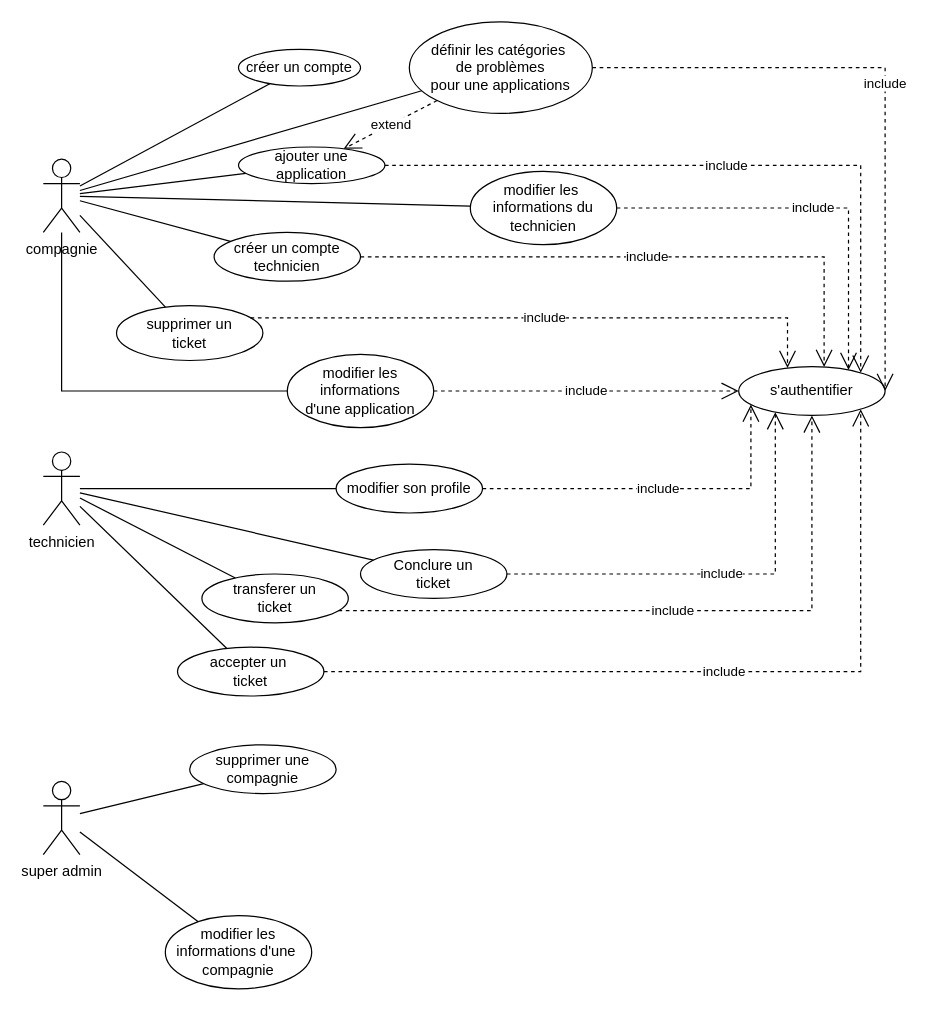
Above: moriphast.drawio in Lucio314/soutenance (draw.io), before the change. Source tidied: cells renumbered, new cells numbered last; positions are measured from the earlier drawing's top-left corner, leaving out a move shared by most shapes. Both pictures are drawn from the tidied source at 122%, with x=0, y=0 at pixel (43, 22).
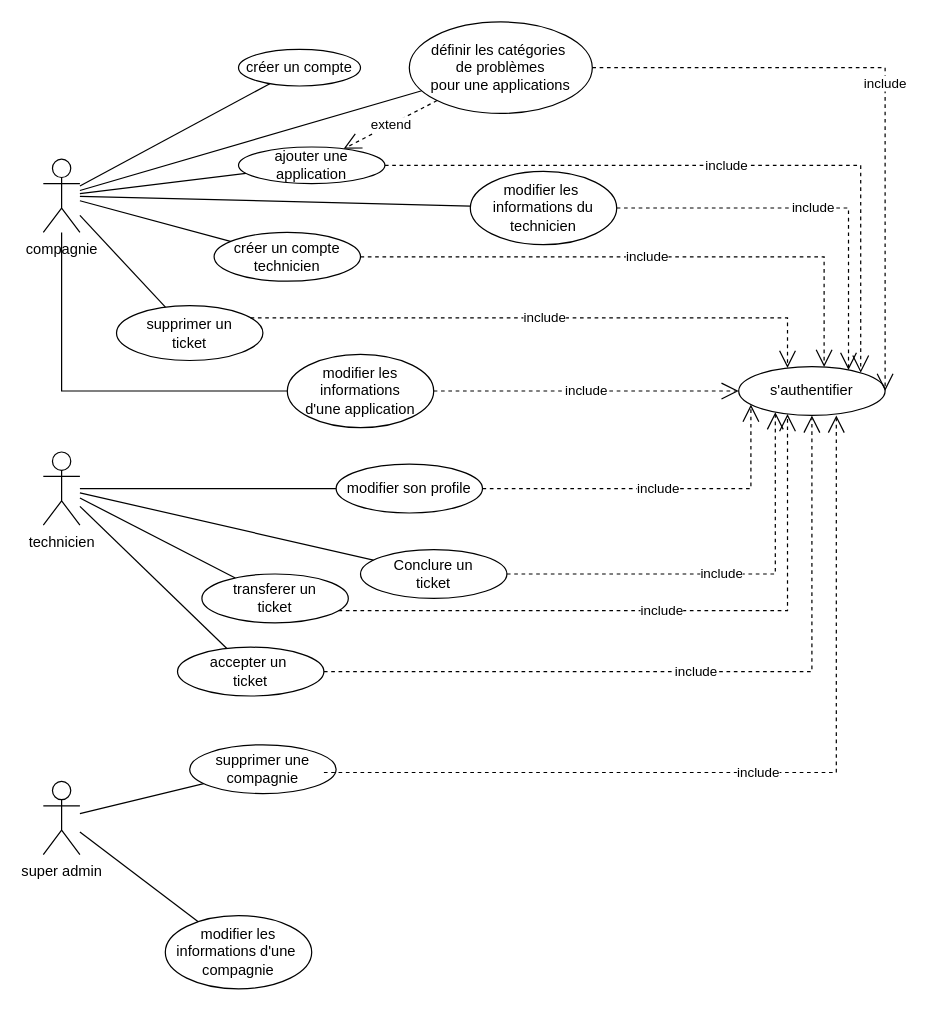
The same diagram, later.

The change refers to these unchanged cells:
```xml
<mxCell id="17" value="s'authentifier" style="ellipse;whiteSpace=wrap;html=1;" parent="1" vertex="1">
  <mxGeometry x="570" y="282" width="120" height="40" as="geometry" />
</mxCell>
<mxCell id="19" value="accepter un&amp;nbsp;&lt;div&gt;ticket&lt;/div&gt;" style="ellipse;whiteSpace=wrap;html=1;" parent="1" vertex="1">
  <mxGeometry x="110" y="512" width="120" height="40" as="geometry" />
</mxCell>
<mxCell id="23" value="transferer un&lt;div&gt;ticket&lt;/div&gt;" style="ellipse;whiteSpace=wrap;html=1;" parent="1" vertex="1">
  <mxGeometry x="130" y="452" width="120" height="40" as="geometry" />
</mxCell>
```

Change to the diagram source:
```diff
@@
     <mxCell id="32" value="include" style="endArrow=open;endSize=12;dashed=1;html=1;rounded=0;edgeStyle=orthogonalEdgeStyle;" parent="1" edge="1" source="19" target="17">
       <mxGeometry relative="1" as="geometry">
         <Array as="points">
-          <mxPoint x="670" y="532" />
+          <mxPoint x="630" y="532" />
         </Array>
       </mxGeometry>
     </mxCell>
     <mxCell id="33" value="include" style="endArrow=open;endSize=12;dashed=1;html=1;rounded=0;edgeStyle=orthogonalEdgeStyle;" parent="1" edge="1" source="23" target="17">
       <mxGeometry relative="1" as="geometry">
         <Array as="points">
-          <mxPoint x="630" y="482" />
+          <mxPoint x="610" y="482" />
         </Array>
       </mxGeometry>
     </mxCell>
@@
+    <mxCell id="43" value="include" style="endArrow=open;endSize=12;dashed=1;html=1;rounded=0;edgeStyle=orthogonalEdgeStyle;exitX=1;exitY=0.5;exitDx=0;exitDy=0;" parent="1" edge="1">
+      <mxGeometry relative="1" as="geometry">
+        <mxPoint x="230" y="614.7" as="sourcePoint" />
+        <mxPoint x="650" y="322" as="targetPoint" />
+        <Array as="points">
+          <mxPoint x="650" y="614.7" />
+        </Array>
+      </mxGeometry>
+    </mxCell>
```
